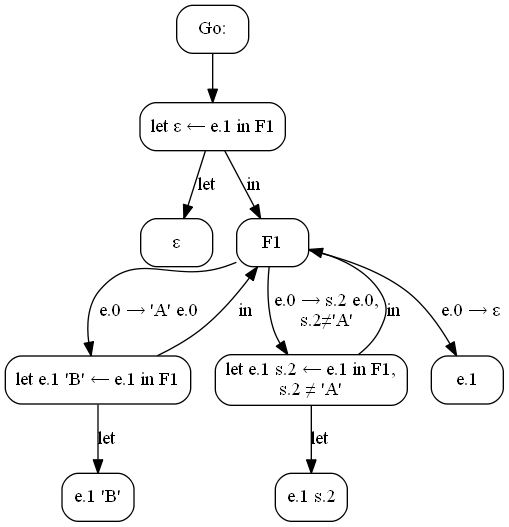
Before: pics/1110-fab-dofab.png, a diagram exported from Graphviz (Mazdaywik/mazdaywik.github.io). Its source is kept beside it as pics/1110-fab-dofab.dot. Its diagram source:
```dot
digraph {
  node [shape=box, style=rounded];

  C0 [label="Go:"];
  C3 [label="let ε ← e.1 in F1"];
  C0 -> C3;
  C4 [label="ε"];
  C3 -> C4 [label="let"];
  C5 [label="F1"];
  C3 -> C5 [label="in"];
  C9 [label="let e.1 'B' ← e.1 in F1"];
  C5 -> C9 [label="e.0 → 'A' e.0"];
  C10 [label="e.1 'B'"];
  C9 -> C10 [label="let"];
  C9 -> C5 [label="in"];
  C12 [label="let e.1 s.2 ← e.1 in F1,\ns.2 ≠ 'A'"];
  C5 -> C12 [label="e.0 → s.2 e.0,\ns.2≠'A'"];
  C13 [label="e.1 s.2"];
  C12 -> C13 [label="let"];
  C12 -> C5 [label="in"];
  C14 [label="e.1"];
  C5 -> C14 [label="e.0 → ε"];
}
```
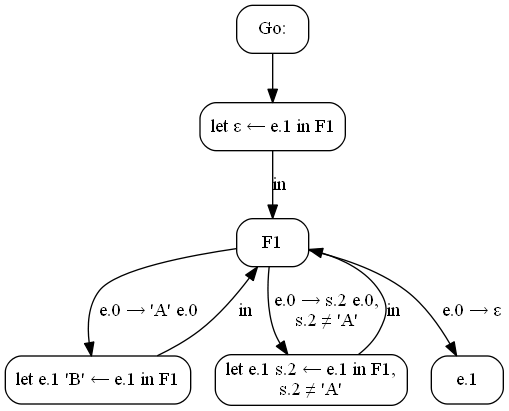
The same file after the commit.

The edit, as a diff of the source:
```diff
@@ -4,19 +4,13 @@
   C0 [label="Go:"];
   C3 [label="let ε ← e.1 in F1"];
   C0 -> C3;
-  C4 [label="ε"];
-  C3 -> C4 [label="let"];
   C5 [label="F1"];
   C3 -> C5 [label="in"];
   C9 [label="let e.1 'B' ← e.1 in F1"];
   C5 -> C9 [label="e.0 → 'A' e.0"];
-  C10 [label="e.1 'B'"];
-  C9 -> C10 [label="let"];
   C9 -> C5 [label="in"];
   C12 [label="let e.1 s.2 ← e.1 in F1,\ns.2 ≠ 'A'"];
-  C5 -> C12 [label="e.0 → s.2 e.0,\ns.2≠'A'"];
-  C13 [label="e.1 s.2"];
-  C12 -> C13 [label="let"];
+  C5 -> C12 [label="e.0 → s.2 e.0,\ns.2 ≠ 'A'"];
   C12 -> C5 [label="in"];
   C14 [label="e.1"];
   C5 -> C14 [label="e.0 → ε"];
```
